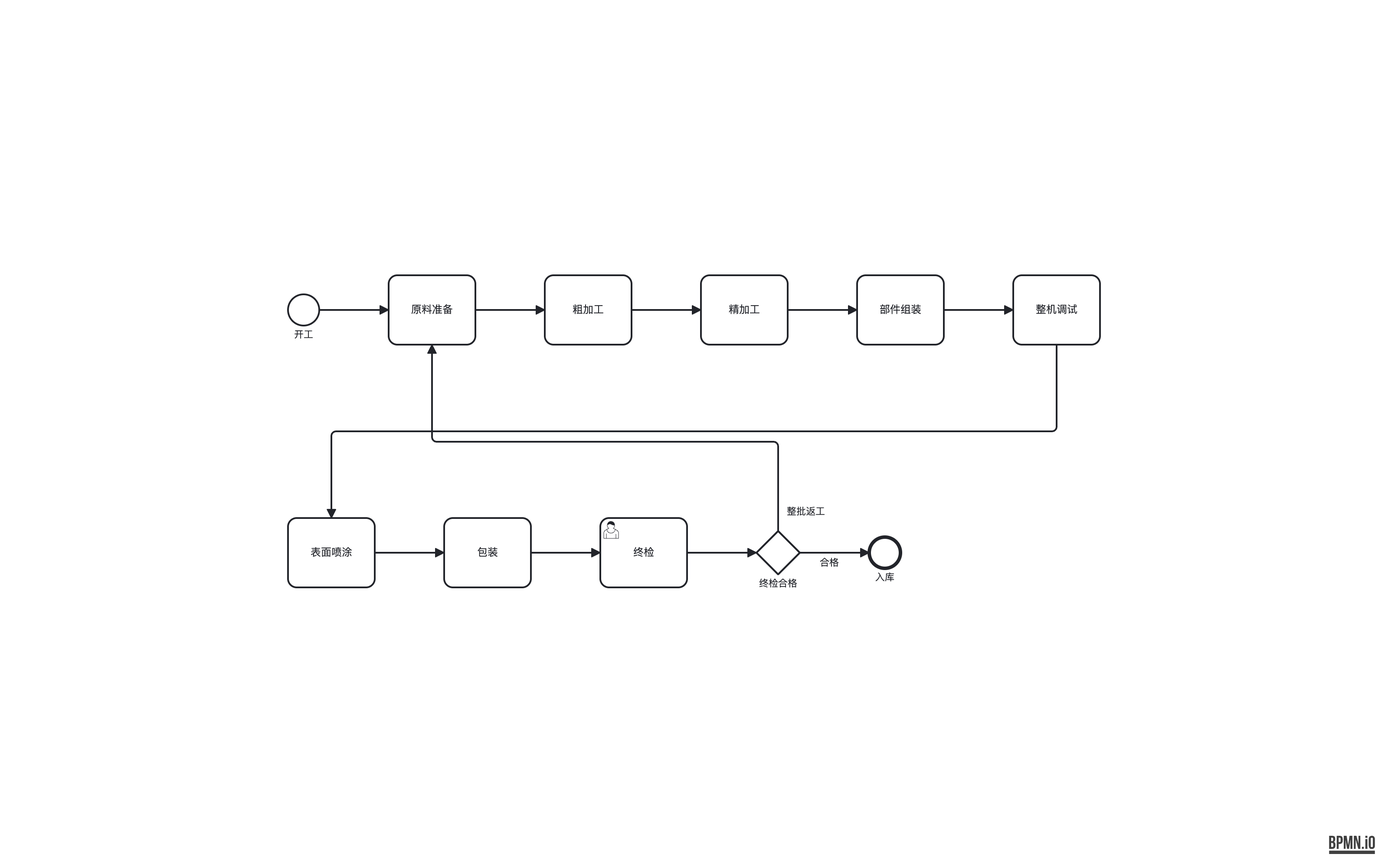
Before: out-bpmn-png/49-long-backedge.png, a diagram exported from BPMN (LcpMarvel/tramito-layout). Its source is kept beside it as out-xml/49-long-backedge.bpmn. Ids are renumbered.
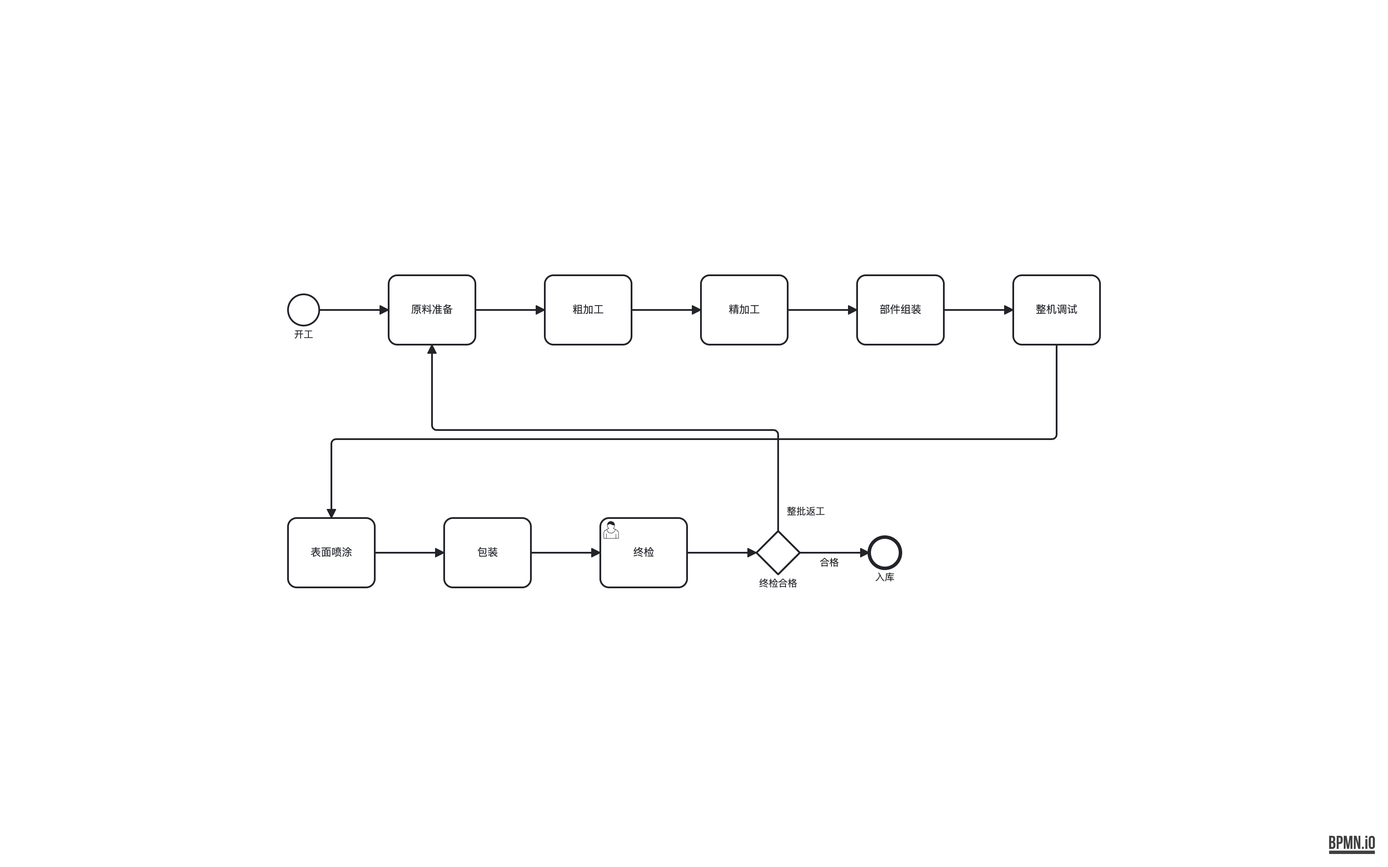
The same diagram one commit later.

Diff of the diagram source:
```diff
@@ -125,8 +125,8 @@
       </bpmndi:BPMNEdge>
       <bpmndi:BPMNEdge id="flow_5_di" bpmnElement="flow_5">
         <di:waypoint x="948" y="112" />
-        <di:waypoint x="948" y="212" />
-        <di:waypoint x="112" y="212" />
+        <di:waypoint x="948" y="221" />
+        <di:waypoint x="112" y="221" />
         <di:waypoint x="112" y="312" />
       </bpmndi:BPMNEdge>
       <bpmndi:BPMNEdge id="flow_6_di" bpmnElement="flow_6">
@@ -150,8 +150,8 @@
       </bpmndi:BPMNEdge>
       <bpmndi:BPMNEdge id="flow_reject_di" bpmnElement="flow_reject">
         <di:waypoint x="627" y="327" />
-        <di:waypoint x="627" y="224" />
-        <di:waypoint x="228" y="224" />
+        <di:waypoint x="627" y="210.5" />
+        <di:waypoint x="228" y="210.5" />
         <di:waypoint x="228" y="112" />
         <bpmndi:BPMNLabel>
           <dc:Bounds x="632" y="298" width="54" height="14" />
```
